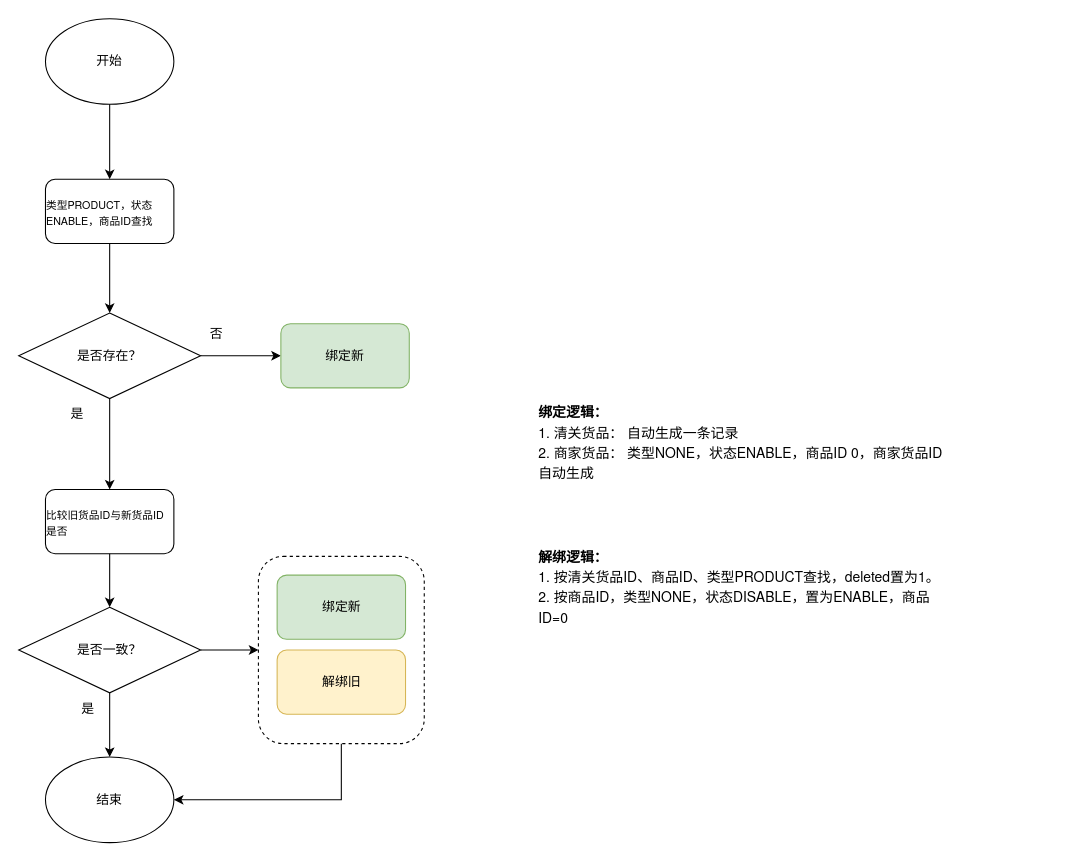
Above: 绑定.drawio in heyrry/draw.io (draw.io), before the change. Source tidied: cells renumbered, new cells numbered last; positions are measured from the earlier drawing's top-left corner, leaving out a move shared by most shapes. Both pictures are drawn from the tidied source at 107%, with x=0, y=0 at pixel (18, 18).
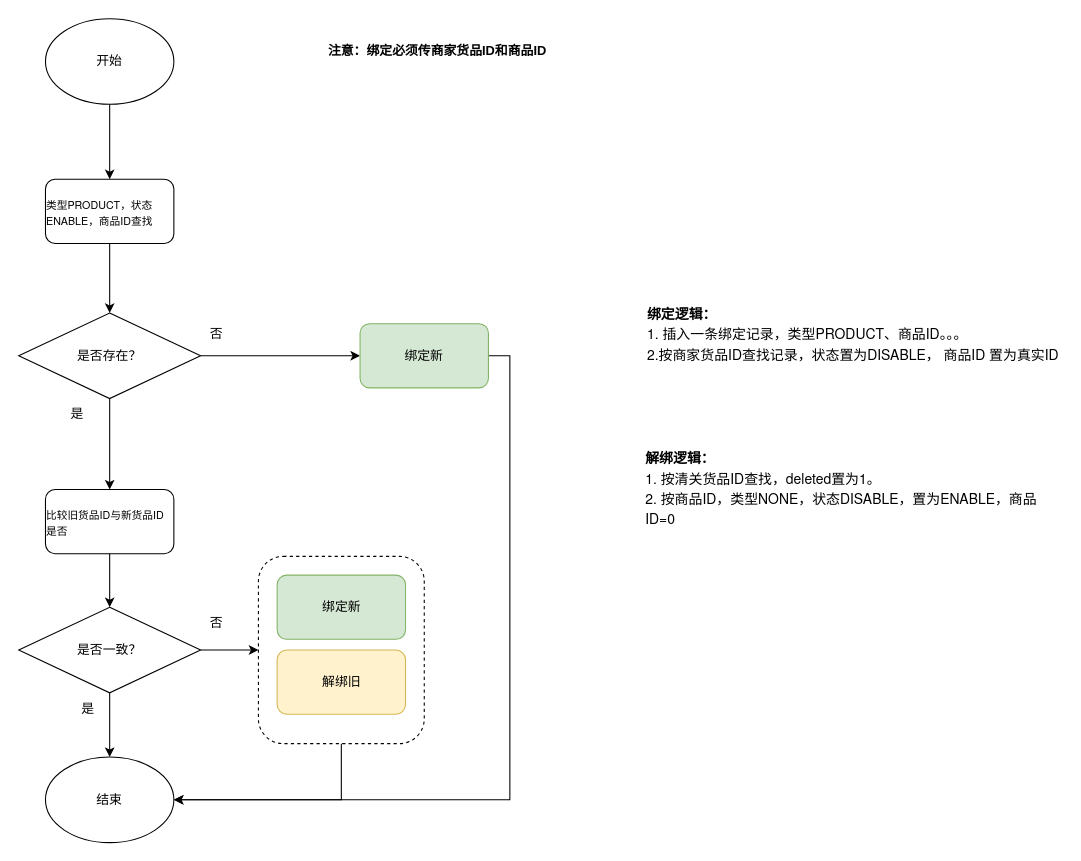
Above is the later version.

Unchanged cells that the change refers to:
```xml
<mxCell id="18" value="结束" style="ellipse;whiteSpace=wrap;html=1;fillColor=none;" parent="1" vertex="1">
  <mxGeometry x="25" y="690" width="120" height="80" as="geometry" />
</mxCell>
```

Diff of the diagram source:
```diff
@@
+    <mxCell id="25" style="edgeStyle=orthogonalEdgeStyle;rounded=0;jettySize=auto;html=1;exitX=1;exitY=0.5;exitDx=0;exitDy=0;entryX=1;entryY=0.5;entryDx=0;entryDy=0;" parent="1" edge="1" source="10" target="18">
+      <mxGeometry relative="1" as="geometry" />
+    </mxCell>
     <mxCell id="10" value="绑定新" style="rounded=1;whiteSpace=wrap;html=1;fillColor=#d5e8d4;strokeColor=#82b366;" parent="1" vertex="1">
-      <mxGeometry x="245" y="285" width="120" height="60" as="geometry" />
+      <mxGeometry x="319" y="285" width="120" height="60" as="geometry" />
     </mxCell>
-    <mxCell id="11" value="&lt;p style=&quot;margin: 0px; font-variant-numeric: normal; font-variant-east-asian: normal; font-variant-alternates: normal; font-size-adjust: none; font-kerning: auto; font-optical-sizing: auto; font-feature-settings: normal; font-variation-settings: normal; font-variant-position: normal; font-variant-emoji: normal; font-stretch: normal; font-size: 13px; line-height: normal; font-family: &amp;quot;Helvetica Neue&amp;quot;; text-align: start;&quot; class=&quot;p1&quot;&gt;&lt;b&gt;绑定逻辑：&lt;/b&gt;&lt;/p&gt;&lt;p style=&quot;margin: 0px; font-variant-numeric: normal; font-variant-east-asian: normal; font-variant-alternates: normal; font-size-adjust: none; font-kerning: auto; font-optical-sizing: auto; font-feature-settings: normal; font-variation-settings: normal; font-variant-position: normal; font-variant-emoji: normal; font-stretch: normal; font-size: 13px; line-height: normal; font-family: &amp;quot;Helvetica Neue&amp;quot;; text-align: start;&quot; class=&quot;p1&quot;&gt;1. 清关货品： 自动生成一条记录&lt;/p&gt;&lt;p style=&quot;margin: 0px; font-variant-numeric: normal; font-variant-east-asian: normal; font-variant-alternates: normal; font-size-adjust: none; font-kerning: auto; font-optical-sizing: auto; font-feature-settings: normal; font-variation-settings: normal; font-variant-position: normal; font-variant-emoji: normal; font-stretch: normal; font-size: 13px; line-height: normal; font-family: &amp;quot;Helvetica Neue&amp;quot;; text-align: start;&quot; class=&quot;p1&quot;&gt;2. 商家货品： 类型NONE，状态ENABLE，商品ID 0，商家货品ID自动生成&lt;/p&gt;" style="text;html=1;align=center;verticalAlign=middle;whiteSpace=wrap;rounded=0;" parent="1" vertex="1">
-      <mxGeometry x="485" y="345" width="390" height="100" as="geometry" />
+    <mxCell id="11" value="&lt;p style=&quot;margin: 0px; font-variant-numeric: normal; font-variant-east-asian: normal; font-variant-alternates: normal; font-size-adjust: none; font-kerning: auto; font-optical-sizing: auto; font-feature-settings: normal; font-variation-settings: normal; font-variant-position: normal; font-variant-emoji: normal; font-stretch: normal; font-size: 13px; line-height: normal; font-family: &amp;quot;Helvetica Neue&amp;quot;; text-align: start;&quot; class=&quot;p1&quot;&gt;&lt;b&gt;绑定逻辑：&lt;/b&gt;&lt;/p&gt;&lt;p style=&quot;margin: 0px; font-variant-numeric: normal; font-variant-east-asian: normal; font-variant-alternates: normal; font-size-adjust: none; font-kerning: auto; font-optical-sizing: auto; font-feature-settings: normal; font-variation-settings: normal; font-variant-position: normal; font-variant-emoji: normal; font-stretch: normal; font-size: 13px; line-height: normal; font-family: &amp;quot;Helvetica Neue&amp;quot;; text-align: start;&quot; class=&quot;p1&quot;&gt;1. 插入一条绑定记录，类型&lt;span style=&quot;background-color: transparent; color: light-dark(rgb(0, 0, 0), rgb(255, 255, 255));&quot;&gt;PRODUCT、&lt;/span&gt;&lt;span style=&quot;background-color: transparent; color: light-dark(rgb(0, 0, 0), rgb(255, 255, 255));&quot;&gt;商品ID。。。&lt;/span&gt;&lt;/p&gt;&lt;p style=&quot;margin: 0px; font-variant-numeric: normal; font-variant-east-asian: normal; font-variant-alternates: normal; font-size-adjust: none; font-kerning: auto; font-optical-sizing: auto; font-feature-settings: normal; font-variation-settings: normal; font-variant-position: normal; font-variant-emoji: normal; font-stretch: normal; font-size: 13px; line-height: normal; font-family: &amp;quot;Helvetica Neue&amp;quot;; text-align: start;&quot; class=&quot;p1&quot;&gt;2.&lt;span style=&quot;background-color: transparent; color: light-dark(rgb(0, 0, 0), rgb(255, 255, 255));&quot;&gt;按商家货品ID查找记录，状态置为DISABLE，&lt;/span&gt;&lt;span style=&quot;background-color: transparent; color: light-dark(rgb(0, 0, 0), rgb(255, 255, 255));&quot;&gt;&amp;nbsp;&lt;/span&gt;&lt;span style=&quot;background-color: transparent; color: light-dark(rgb(0, 0, 0), rgb(255, 255, 255));&quot;&gt;商品ID 置为真实ID&lt;/span&gt;&lt;/p&gt;&lt;p style=&quot;margin: 0px; font-variant-numeric: normal; font-variant-east-asian: normal; font-variant-alternates: normal; font-size-adjust: none; font-kerning: auto; font-optical-sizing: auto; font-feature-settings: normal; font-variation-settings: normal; font-variant-position: normal; font-variant-emoji: normal; font-stretch: normal; font-size: 13px; line-height: normal; font-family: &amp;quot;Helvetica Neue&amp;quot;; text-align: start;&quot; class=&quot;p1&quot;&gt;&lt;br&gt;&lt;/p&gt;" style="text;html=1;align=center;verticalAlign=middle;whiteSpace=wrap;rounded=0;" parent="1" vertex="1">
+      <mxGeometry x="585" y="252.5" width="390" height="100" as="geometry" />
     </mxCell>
@@
-    <mxCell id="24" value="&lt;p style=&quot;margin: 0px; font-variant-numeric: normal; font-variant-east-asian: normal; font-variant-alternates: normal; font-size-adjust: none; font-kerning: auto; font-optical-sizing: auto; font-feature-settings: normal; font-variation-settings: normal; font-variant-position: normal; font-variant-emoji: normal; font-stretch: normal; font-size: 13px; line-height: normal; font-family: &amp;quot;Helvetica Neue&amp;quot;; text-align: start;&quot; class=&quot;p1&quot;&gt;&lt;b&gt;解绑逻辑：&lt;/b&gt;&lt;/p&gt;&lt;p style=&quot;margin: 0px; font-variant-numeric: normal; font-variant-east-asian: normal; font-variant-alternates: normal; font-size-adjust: none; font-kerning: auto; font-optical-sizing: auto; font-feature-settings: normal; font-variation-settings: normal; font-variant-position: normal; font-variant-emoji: normal; font-stretch: normal; font-size: 13px; line-height: normal; font-family: &amp;quot;Helvetica Neue&amp;quot;; text-align: start;&quot; class=&quot;p1&quot;&gt;1. 按清关货品ID、商品ID、类型PRODUCT查找，deleted置为1。&lt;/p&gt;&lt;p style=&quot;margin: 0px; font-variant-numeric: normal; font-variant-east-asian: normal; font-variant-alternates: normal; font-size-adjust: none; font-kerning: auto; font-optical-sizing: auto; font-feature-settings: normal; font-variation-settings: normal; font-variant-position: normal; font-variant-emoji: normal; font-stretch: normal; font-size: 13px; line-height: normal; font-family: &amp;quot;Helvetica Neue&amp;quot;; text-align: start;&quot; class=&quot;p1&quot;&gt;2. 按商品ID，类型NONE，状态DISABLE，置为ENABLE，商品ID=0&lt;/p&gt;" style="text;html=1;align=center;verticalAlign=middle;whiteSpace=wrap;rounded=0;" parent="1" vertex="1">
-      <mxGeometry x="485" y="480" width="390" height="100" as="geometry" />
+    <mxCell id="24" value="&lt;p style=&quot;margin: 0px; font-variant-numeric: normal; font-variant-east-asian: normal; font-variant-alternates: normal; font-size-adjust: none; font-kerning: auto; font-optical-sizing: auto; font-feature-settings: normal; font-variation-settings: normal; font-variant-position: normal; font-variant-emoji: normal; font-stretch: normal; font-size: 13px; line-height: normal; font-family: &amp;quot;Helvetica Neue&amp;quot;; text-align: start;&quot; class=&quot;p1&quot;&gt;&lt;b&gt;解绑逻辑：&lt;/b&gt;&lt;/p&gt;&lt;p style=&quot;margin: 0px; font-variant-numeric: normal; font-variant-east-asian: normal; font-variant-alternates: normal; font-size-adjust: none; font-kerning: auto; font-optical-sizing: auto; font-feature-settings: normal; font-variation-settings: normal; font-variant-position: normal; font-variant-emoji: normal; font-stretch: normal; font-size: 13px; line-height: normal; font-family: &amp;quot;Helvetica Neue&amp;quot;; text-align: start;&quot; class=&quot;p1&quot;&gt;1. 按清关货品ID查找，deleted置为1。&lt;/p&gt;&lt;p style=&quot;margin: 0px; font-variant-numeric: normal; font-variant-east-asian: normal; font-variant-alternates: normal; font-size-adjust: none; font-kerning: auto; font-optical-sizing: auto; font-feature-settings: normal; font-variation-settings: normal; font-variant-position: normal; font-variant-emoji: normal; font-stretch: normal; font-size: 13px; line-height: normal; font-family: &amp;quot;Helvetica Neue&amp;quot;; text-align: start;&quot; class=&quot;p1&quot;&gt;2. 按商品ID，类型NONE，状态DISABLE，置为ENABLE，商品ID=0&lt;/p&gt;" style="text;html=1;align=center;verticalAlign=middle;whiteSpace=wrap;rounded=0;" parent="1" vertex="1">
+      <mxGeometry x="585" y="387.5" width="390" height="100" as="geometry" />
     </mxCell>
+    <mxCell id="26" value="注意：绑定必须传商家货品ID和商品ID" style="text;html=1;align=center;verticalAlign=middle;whiteSpace=wrap;rounded=0;fontStyle=1;" parent="1" vertex="1">
+      <mxGeometry x="275" width="233" height="60" as="geometry" />
+    </mxCell>
+    <mxCell id="27" value="否" style="text;html=1;align=center;verticalAlign=middle;whiteSpace=wrap;rounded=0;" parent="1" vertex="1">
+      <mxGeometry x="155" y="550" width="60" height="30" as="geometry" />
+    </mxCell>
```
